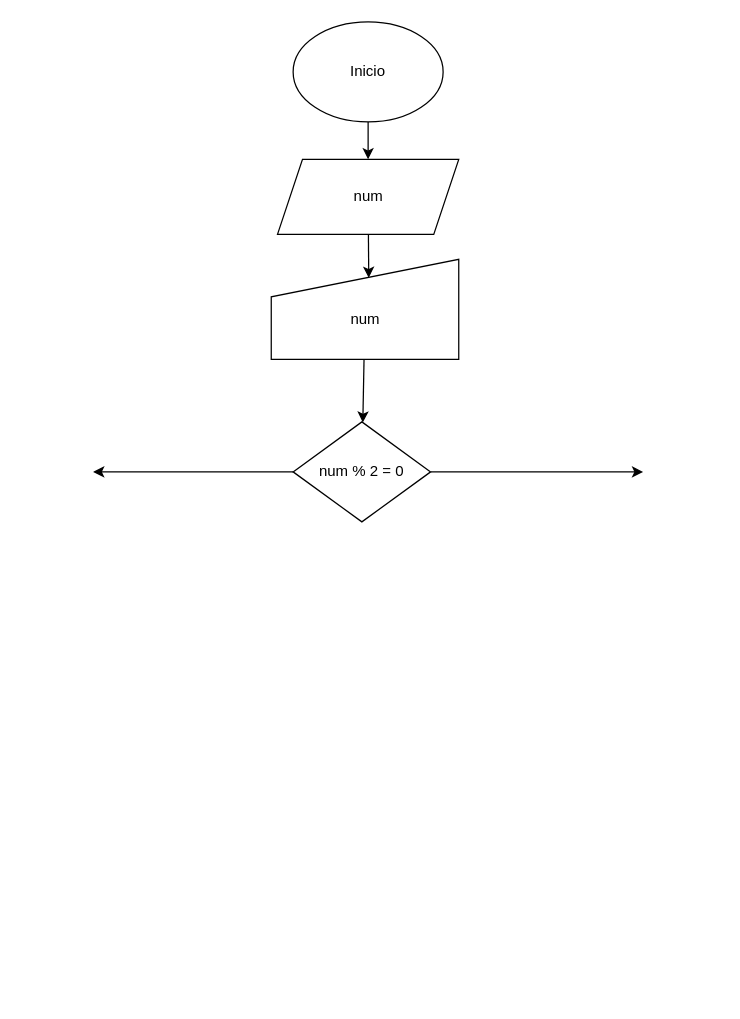
This is EjercicioParImpar.drawio from AnthonyLozadaAlexander/DiagramaDeFlujos, a draw.io file, before an edit. Source tidied: cells renumbered, new cells numbered last; positions are measured from the earlier drawing's top-left corner, leaving out a move shared by most shapes. Both pictures are drawn from the tidied source at 125%, with x=0, y=0 at pixel (92, 21).
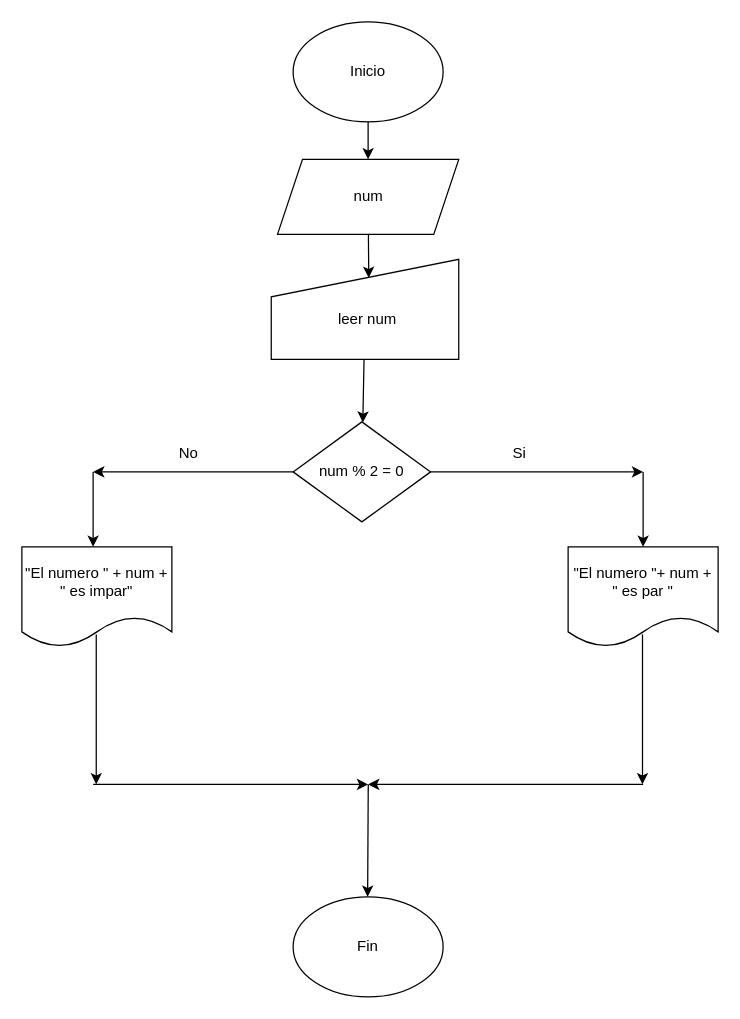
Above is the later version.

Commit message:
Actualizar diagrama de flujo en EjercicioParImpar.drawio para mejorar la claridad y agregar condiciones de salida

The change refers to these unchanged cells:
```xml
<mxCell id="10" value="num % 2 = 0" style="rhombus;whiteSpace=wrap;html=1;fillColor=light-dark(#FFFFFF,#FFFFFF);fontColor=light-dark(#000000,#000000);" parent="1" vertex="1">
  <mxGeometry x="160" y="320" width="110" height="80" as="geometry" />
</mxCell>
```

Diff of the diagram source:
```diff
@@
-<mxGraphModel>
+<mxGraphModel background="#ffffff">
@@
-    <mxCell id="6" value="&lt;div&gt;&lt;br&gt;&lt;/div&gt;num" style="shape=manualInput;whiteSpace=wrap;html=1;fillColor=light-dark(#FFFFFF,#FFFFFF);fontColor=light-dark(#000000,#000000);" parent="1" vertex="1">
+    <mxCell id="6" value="&lt;div&gt;&lt;br&gt;&lt;/div&gt;&amp;nbsp;leer&amp;nbsp;&lt;span style=&quot;background-color: transparent;&quot;&gt;num&lt;/span&gt;" style="shape=manualInput;whiteSpace=wrap;html=1;fillColor=light-dark(#FFFFFF,#FFFFFF);fontColor=light-dark(#000000,#000000);" parent="1" vertex="1">
       <mxGeometry x="142.5" y="190" width="150" height="80" as="geometry" />
     </mxCell>
@@
-    <mxCell id="9" style="edgeStyle=none;html=1;" parent="1" edge="1" source="10">
+    <mxCell id="9" style="html=1;" parent="1" edge="1" source="10">
       <mxGeometry relative="1" as="geometry">
         <mxPoint y="360" as="targetPoint" />
       </mxGeometry>
     </mxCell>
@@
+    <mxCell id="11" value="Si" style="text;strokeColor=none;fillColor=none;align=left;verticalAlign=middle;spacingLeft=4;spacingRight=4;overflow=hidden;whiteSpace=wrap;html=1;" parent="1" vertex="1">
+      <mxGeometry x="330" y="330" width="80" height="30" as="geometry" />
+    </mxCell>
+    <mxCell id="12" value="No" style="text;strokeColor=none;fillColor=none;align=left;verticalAlign=middle;spacingLeft=4;spacingRight=4;overflow=hidden;whiteSpace=wrap;html=1;" parent="1" vertex="1">
+      <mxGeometry x="62.5" y="330" width="80" height="30" as="geometry" />
+    </mxCell>
+    <mxCell id="13" style="edgeStyle=none;orthogonalLoop=1;jettySize=auto;html=1;" parent="1" edge="1">
+      <mxGeometry relative="1" as="geometry">
+        <mxPoint y="360" as="sourcePoint" />
+        <mxPoint y="420" as="targetPoint" />
+      </mxGeometry>
+    </mxCell>
+    <mxCell id="14" style="edgeStyle=none;orthogonalLoop=1;jettySize=auto;html=1;" parent="1" edge="1">
+      <mxGeometry relative="1" as="geometry">
+        <mxPoint x="440" y="360" as="sourcePoint" />
+        <mxPoint x="440" y="420" as="targetPoint" />
+      </mxGeometry>
+    </mxCell>
+    <mxCell id="15" style="html=1;" parent="1" edge="1">
+      <mxGeometry relative="1" as="geometry">
+        <mxPoint x="2.5" y="490" as="sourcePoint" />
+        <mxPoint x="2.5" y="610" as="targetPoint" />
+      </mxGeometry>
+    </mxCell>
+    <mxCell id="16" value="&quot;El numero &quot; + num + &quot; es impar&quot;" style="shape=document;whiteSpace=wrap;html=1;boundedLbl=1;fillColor=light-dark(#FFFFFF,#FFFFFF);" parent="1" vertex="1">
+      <mxGeometry x="-57" y="420" width="120" height="80" as="geometry" />
+    </mxCell>
+    <mxCell id="17" style="edgeStyle=none;html=1;" parent="1" edge="1">
+      <mxGeometry relative="1" as="geometry">
+        <mxPoint x="439.5" y="490" as="sourcePoint" />
+        <mxPoint x="439.5" y="610" as="targetPoint" />
+      </mxGeometry>
+    </mxCell>
+    <mxCell id="18" value="&lt;font style=&quot;color: light-dark(rgb(0, 0, 0), rgb(0, 0, 0));&quot;&gt;&quot;El numero &quot;+ num + &quot; es par &quot;&lt;/font&gt;" style="shape=document;whiteSpace=wrap;html=1;boundedLbl=1;fillColor=light-dark(#FFFFFF,#FFFFFF);" parent="1" vertex="1">
+      <mxGeometry x="380" y="420" width="120" height="80" as="geometry" />
+    </mxCell>
+    <mxCell id="19" value="Fin" style="ellipse;whiteSpace=wrap;html=1;shadow=0;fillColor=light-dark(#FFFFFF,#FFFFFF);fontColor=light-dark(#000000,#000000);" parent="1" vertex="1">
+      <mxGeometry x="160" y="700" width="120" height="80" as="geometry" />
+    </mxCell>
+    <mxCell id="20" style="edgeStyle=none;orthogonalLoop=1;jettySize=auto;html=1;" parent="1" edge="1">
+      <mxGeometry relative="1" as="geometry">
+        <mxPoint y="610" as="sourcePoint" />
+        <mxPoint x="220" y="610" as="targetPoint" />
+      </mxGeometry>
+    </mxCell>
+    <mxCell id="21" style="edgeStyle=none;orthogonalLoop=1;jettySize=auto;html=1;" parent="1" edge="1">
+      <mxGeometry relative="1" as="geometry">
+        <mxPoint x="440" y="610" as="sourcePoint" />
+        <mxPoint x="220" y="610" as="targetPoint" />
+      </mxGeometry>
+    </mxCell>
+    <mxCell id="22" style="edgeStyle=none;orthogonalLoop=1;jettySize=auto;html=1;entryX=0.5;entryY=0;entryDx=0;entryDy=0;" parent="1" edge="1">
+      <mxGeometry relative="1" as="geometry">
+        <mxPoint x="220.1" y="610" as="sourcePoint" />
+        <mxPoint x="219.6" y="700" as="targetPoint" />
+      </mxGeometry>
+    </mxCell>
```
